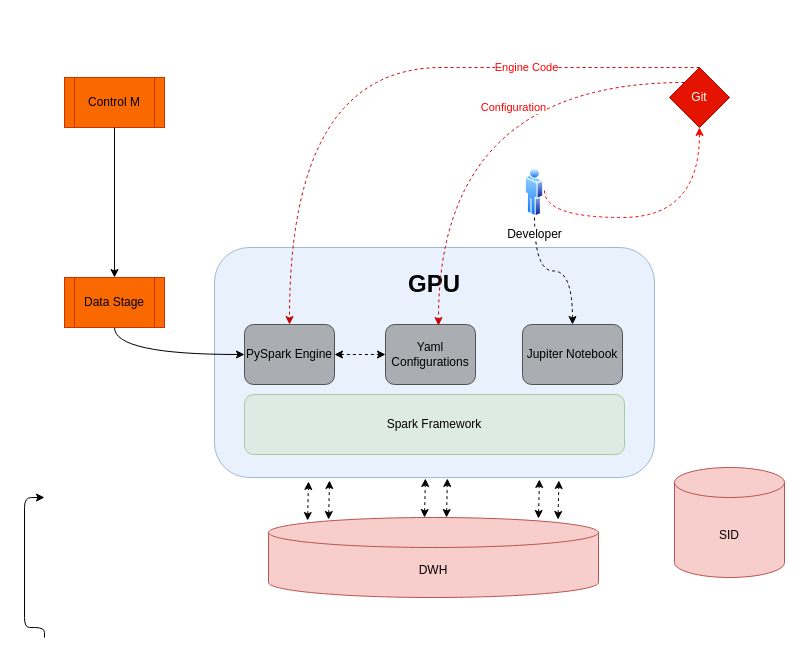
Earlier version of the draw.io diagram page "Spark Compute" (5 of 5) of Spark_Compute.drawio (itaybaran/drawing). Source tidied: cells renumbered, new cells numbered last; positions are measured from the earlier drawing's top-left corner, leaving out a move shared by most shapes. Both pictures are drawn from the tidied source at 100%, with x=0, y=0 at pixel (24, 67).
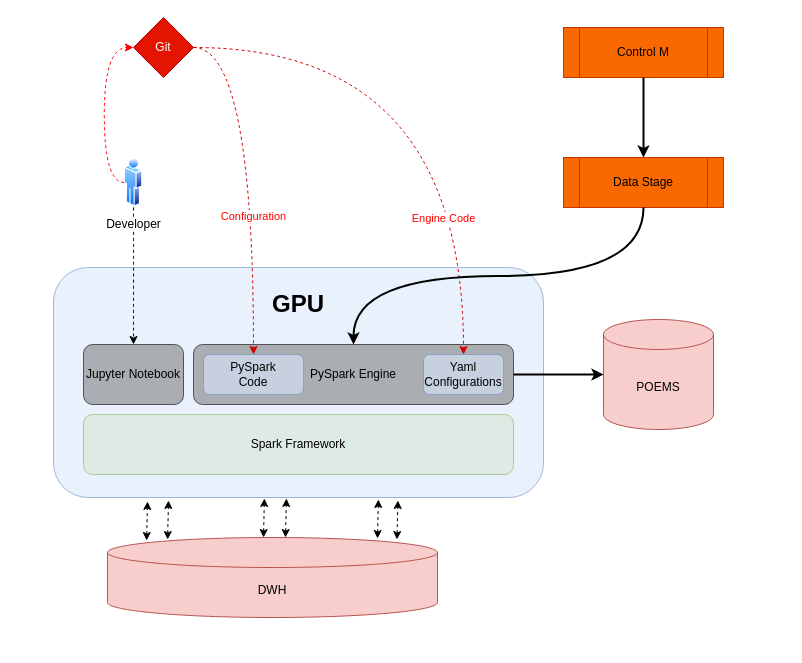
The same diagram, later.

What changed in the source:
```diff
@@
     <mxCell id="2" value="&lt;h1&gt;GPU&lt;/h1&gt;" style="rounded=1;whiteSpace=wrap;html=1;fillColor=#dae8fc;opacity=60;strokeColor=#6c8ebf;verticalAlign=top;" parent="1" vertex="1">
-      <mxGeometry x="190" y="180" width="440" height="230" as="geometry" />
+      <mxGeometry x="29" y="200" width="490" height="230" as="geometry" />
     </mxCell>
     <mxCell id="3" value="DWH" style="shape=cylinder3;whiteSpace=wrap;html=1;boundedLbl=1;backgroundOutline=1;size=15;fillColor=#f8cecc;strokeColor=#b85450;" parent="1" vertex="1">
-      <mxGeometry x="244" y="450" width="330" height="80" as="geometry" />
+      <mxGeometry x="83" y="470" width="330" height="80" as="geometry" />
     </mxCell>
-    <mxCell id="4" style="endArrow=classic;html=1;edgeStyle=orthogonalEdgeStyle;exitX=0.5;exitY=1;exitDx=0;exitDy=0;curved=1;entryX=0;entryY=0.5;entryDx=0;entryDy=0;" parent="1" edge="1" source="12" target="5">
-      <mxGeometry relative="1" as="geometry">
-        <Array as="points">
-          <mxPoint x="90" y="287" />
-        </Array>
-      </mxGeometry>
-    </mxCell>
+    <mxCell id="27" style="edgeStyle=orthogonalEdgeStyle;curved=1;rounded=0;jettySize=auto;html=1;strokeWidth=2;" parent="1" edge="1" source="5" target="11">
+      <mxGeometry relative="1" as="geometry" />
+    </mxCell>
-    <mxCell id="5" value="PySpark Engine" style="rounded=1;whiteSpace=wrap;html=1;fillColor=#808080;opacity=60;" parent="1" vertex="1">
-      <mxGeometry x="220" y="257" width="90" height="60" as="geometry" />
+    <mxCell id="5" value="PySpark Engine" style="rounded=1;whiteSpace=wrap;html=1;fillColor=#808080;opacity=60;align=center;" parent="1" vertex="1">
+      <mxGeometry x="169" y="277" width="320" height="60" as="geometry" />
     </mxCell>
-    <mxCell id="6" value="Jupiter Notebook" style="rounded=1;whiteSpace=wrap;html=1;fillColor=#808080;opacity=60;" parent="1" vertex="1">
-      <mxGeometry x="498" y="257" width="100" height="60" as="geometry" />
+    <mxCell id="6" value="Jupyter&amp;nbsp;Notebook" style="rounded=1;whiteSpace=wrap;html=1;fillColor=#808080;opacity=60;" parent="1" vertex="1">
+      <mxGeometry x="59" y="277" width="100" height="60" as="geometry" />
     </mxCell>
     <mxCell id="7" value="Git" style="rhombus;whiteSpace=wrap;html=1;fillColor=#e51400;strokeColor=#B20000;fontColor=#ffffff;" parent="1" vertex="1">
-      <mxGeometry x="645" width="60" height="60" as="geometry" />
+      <mxGeometry x="109" y="-50" width="60" height="60" as="geometry" />
     </mxCell>
-    <mxCell id="8" value="Engine Code" style="endArrow=classic;html=1;dashed=1;strokeColor=#CC0000;exitX=0.5;exitY=0;exitDx=0;exitDy=0;entryX=0.5;entryY=0;entryDx=0;entryDy=0;edgeStyle=orthogonalEdgeStyle;curved=1;fontColor=#FF0000;" parent="1" edge="1" source="7" target="5">
-      <mxGeometry x="-0.48" relative="1" as="geometry">
-        <Array as="points">
-          <mxPoint x="570" />
-          <mxPoint x="255" />
-        </Array>
-      </mxGeometry>
-    </mxCell>
     <mxCell id="9" value="Control M" style="shape=process;whiteSpace=wrap;html=1;backgroundOutline=1;fillColor=#fa6800;strokeColor=#C73500;fontColor=#000000;" parent="1" vertex="1">
-      <mxGeometry x="40" y="10" width="100" height="50" as="geometry" />
+      <mxGeometry x="539" y="-40" width="160" height="50" as="geometry" />
     </mxCell>
-    <mxCell id="10" style="endArrow=classic;html=1;exitX=0.5;exitY=1;exitDx=0;exitDy=0;entryX=0.5;entryY=0;entryDx=0;entryDy=0;" parent="1" edge="1" source="9" target="12">
+    <mxCell id="10" style="endArrow=classic;html=1;exitX=0.5;exitY=1;exitDx=0;exitDy=0;entryX=0.5;entryY=0;entryDx=0;entryDy=0;strokeWidth=2;" parent="1" edge="1" source="9" target="12">
       <mxGeometry relative="1" as="geometry" />
     </mxCell>
-    <mxCell id="11" value="SID" style="shape=cylinder3;whiteSpace=wrap;html=1;boundedLbl=1;backgroundOutline=1;size=15;fillColor=#f8cecc;strokeColor=#b85450;" parent="1" vertex="1">
-      <mxGeometry x="650" y="400" width="110" height="110" as="geometry" />
+    <mxCell id="11" value="POEMS" style="shape=cylinder3;whiteSpace=wrap;html=1;boundedLbl=1;backgroundOutline=1;size=15;fillColor=#f8cecc;strokeColor=#b85450;" parent="1" vertex="1">
+      <mxGeometry x="579" y="252" width="110" height="110" as="geometry" />
     </mxCell>
     <mxCell id="12" value="Data Stage" style="shape=process;whiteSpace=wrap;html=1;backgroundOutline=1;fillColor=#fa6800;strokeColor=#C73500;fontColor=#000000;" parent="1" vertex="1">
-      <mxGeometry x="40" y="210" width="100" height="50" as="geometry" />
+      <mxGeometry x="539" y="90" width="160" height="50" as="geometry" />
     </mxCell>
-    <mxCell id="13" value="Yaml Configurations" style="rounded=1;whiteSpace=wrap;html=1;fillColor=#808080;opacity=60;" parent="1" vertex="1">
-      <mxGeometry x="361" y="257" width="90" height="60" as="geometry" />
+    <mxCell id="13" value="Yaml Configurations" style="rounded=1;whiteSpace=wrap;html=1;fillColor=#dae8fc;opacity=60;strokeColor=#6c8ebf;" parent="1" vertex="1">
+      <mxGeometry x="399" y="287" width="80" height="40" as="geometry" />
     </mxCell>
@@
+    <mxCell id="28" style="edgeStyle=orthogonalEdgeStyle;curved=1;rounded=0;jettySize=auto;html=1;entryX=0;entryY=0.5;entryDx=0;entryDy=0;fontColor=#000000;strokeWidth=1;strokeColor=#FF0000;dashed=1;exitX=0;exitY=0.5;exitDx=0;exitDy=0;" parent="1" edge="1" source="15" target="7">
+      <mxGeometry relative="1" as="geometry" />
+    </mxCell>
     <mxCell id="15" value="Developer" style="perimeter=ellipsePerimeter;html=1;align=center;shadow=0;dashed=0;spacingTop=3;image;image=img/lib/active_directory/user.svg;" parent="1" vertex="1">
-      <mxGeometry x="500.8" y="100" width="18.5" height="50" as="geometry" />
+      <mxGeometry x="99.8" y="90" width="18.5" height="50" as="geometry" />
     </mxCell>
-    <mxCell id="16" value="Configuration" style="endArrow=classic;html=1;dashed=1;strokeColor=#CC0000;entryX=0.589;entryY=0.017;entryDx=0;entryDy=0;edgeStyle=orthogonalEdgeStyle;curved=1;entryPerimeter=0;exitX=0;exitY=0;exitDx=0;exitDy=0;fontColor=#FF0000;" parent="1" edge="1" source="7" target="13">
-      <mxGeometry x="-0.3" y="25" relative="1" as="geometry" />
+    <mxCell id="16" value="Engine Code" style="endArrow=classic;html=1;dashed=1;strokeColor=#CC0000;entryX=0.5;entryY=0;entryDx=0;entryDy=0;edgeStyle=orthogonalEdgeStyle;curved=1;fontColor=#FF0000;exitX=1;exitY=0.5;exitDx=0;exitDy=0;" parent="1" edge="1" source="7" target="13">
+      <mxGeometry x="0.53" y="-20" relative="1" as="geometry" />
     </mxCell>
     <mxCell id="17" value="Spark Framework" style="rounded=1;whiteSpace=wrap;html=1;fillColor=#d5e8d4;opacity=60;strokeColor=#82b366;" parent="1" vertex="1">
-      <mxGeometry x="220" y="327" width="380" height="60" as="geometry" />
+      <mxGeometry x="59" y="347" width="430" height="60" as="geometry" />
     </mxCell>
-    <mxCell id="18" style="endArrow=classic;html=1;edgeStyle=orthogonalEdgeStyle;" parent="1" edge="1">
-      <mxGeometry relative="1" as="geometry">
-        <mxPoint x="20" y="570" as="sourcePoint" />
-        <mxPoint x="20" y="430" as="targetPoint" />
-        <Array as="points">
-          <mxPoint y="560" />
-          <mxPoint y="430" />
-        </Array>
-      </mxGeometry>
+    <mxCell id="18" style="endArrow=classic;html=1;edgeStyle=orthogonalEdgeStyle;exitX=0.5;exitY=1;exitDx=0;exitDy=0;curved=1;strokeWidth=2;" parent="1" edge="1" source="12" target="5">
+      <mxGeometry relative="1" as="geometry" />
     </mxCell>
     <mxCell id="19" style="endArrow=classic;startArrow=classic;html=1;dashed=1;fontColor=#FF0000;exitX=0.27;exitY=-0.012;exitDx=0;exitDy=0;exitPerimeter=0;" parent="1" edge="1">
       <mxGeometry relative="1" as="geometry">
-        <mxPoint x="283.1" y="453" as="sourcePoint" />
-        <mxPoint x="284" y="414" as="targetPoint" />
+        <mxPoint x="122.1" y="473" as="sourcePoint" />
+        <mxPoint x="123" y="434" as="targetPoint" />
       </mxGeometry>
     </mxCell>
     <mxCell id="20" style="endArrow=classic;startArrow=classic;html=1;dashed=1;fontColor=#FF0000;exitX=0.27;exitY=-0.012;exitDx=0;exitDy=0;exitPerimeter=0;" parent="1" edge="1">
       <mxGeometry relative="1" as="geometry">
-        <mxPoint x="304.1" y="452" as="sourcePoint" />
-        <mxPoint x="305" y="413" as="targetPoint" />
+        <mxPoint x="143.1" y="472" as="sourcePoint" />
+        <mxPoint x="144" y="433" as="targetPoint" />
       </mxGeometry>
     </mxCell>
     <mxCell id="21" style="endArrow=classic;startArrow=classic;html=1;dashed=1;fontColor=#FF0000;exitX=0.27;exitY=-0.012;exitDx=0;exitDy=0;exitPerimeter=0;" parent="1" edge="1">
       <mxGeometry relative="1" as="geometry">
-        <mxPoint x="400" y="450" as="sourcePoint" />
-        <mxPoint x="400.9" y="411" as="targetPoint" />
+        <mxPoint x="239" y="470" as="sourcePoint" />
+        <mxPoint x="239.9" y="431" as="targetPoint" />
       </mxGeometry>
     </mxCell>
     <mxCell id="22" style="endArrow=classic;startArrow=classic;html=1;dashed=1;fontColor=#FF0000;exitX=0.27;exitY=-0.012;exitDx=0;exitDy=0;exitPerimeter=0;" parent="1" edge="1">
       <mxGeometry relative="1" as="geometry">
-        <mxPoint x="422" y="450" as="sourcePoint" />
-        <mxPoint x="422.9" y="411" as="targetPoint" />
+        <mxPoint x="261" y="470" as="sourcePoint" />
+        <mxPoint x="261.9" y="431" as="targetPoint" />
       </mxGeometry>
     </mxCell>
     <mxCell id="23" style="endArrow=classic;startArrow=classic;html=1;dashed=1;fontColor=#FF0000;exitX=0.27;exitY=-0.012;exitDx=0;exitDy=0;exitPerimeter=0;" parent="1" edge="1">
       <mxGeometry relative="1" as="geometry">
-        <mxPoint x="514" y="451" as="sourcePoint" />
-        <mxPoint x="514.9" y="412" as="targetPoint" />
+        <mxPoint x="353" y="471" as="sourcePoint" />
+        <mxPoint x="353.9" y="432" as="targetPoint" />
       </mxGeometry>
     </mxCell>
     <mxCell id="24" style="endArrow=classic;startArrow=classic;html=1;dashed=1;fontColor=#FF0000;exitX=0.27;exitY=-0.012;exitDx=0;exitDy=0;exitPerimeter=0;" parent="1" edge="1">
       <mxGeometry relative="1" as="geometry">
-        <mxPoint x="533.5" y="452" as="sourcePoint" />
-        <mxPoint x="534.4" y="413" as="targetPoint" />
+        <mxPoint x="372.5" y="472" as="sourcePoint" />
+        <mxPoint x="373.4" y="433" as="targetPoint" />
       </mxGeometry>
     </mxCell>
-    <mxCell id="25" style="endArrow=classic;html=1;edgeStyle=orthogonalEdgeStyle;exitX=0.5;exitY=1;exitDx=0;exitDy=0;curved=1;entryX=0.5;entryY=1;entryDx=0;entryDy=0;fontColor=#FF0000;dashed=1;strokeColor=#FF0000;" parent="1" edge="1" target="7">
-      <mxGeometry relative="1" as="geometry">
-        <mxPoint x="520" y="123" as="sourcePoint" />
-        <Array as="points">
-          <mxPoint x="520" y="150" />
-          <mxPoint x="675" y="150" />
-        </Array>
-      </mxGeometry>
-    </mxCell>
-    <mxCell id="26" style="endArrow=classic;startArrow=classic;html=1;dashed=1;fontColor=#FF0000;exitX=1;exitY=0.5;exitDx=0;exitDy=0;entryX=0;entryY=0.5;entryDx=0;entryDy=0;" parent="1" edge="1" source="5" target="13">
-      <mxGeometry relative="1" as="geometry" />
-    </mxCell>
+    <mxCell id="29" value="Configuration" style="endArrow=classic;html=1;dashed=1;strokeColor=#CC0000;edgeStyle=orthogonalEdgeStyle;curved=1;exitX=1;exitY=0.5;exitDx=0;exitDy=0;fontColor=#FF0000;" parent="1" edge="1" source="7" target="30">
+      <mxGeometry x="0.25" relative="1" as="geometry" />
+    </mxCell>
+    <mxCell id="30" value="PySpark&lt;br&gt;Code" style="rounded=1;whiteSpace=wrap;html=1;fillColor=#dae8fc;opacity=60;strokeColor=#6c8ebf;" parent="1" vertex="1">
+      <mxGeometry x="179" y="287" width="100" height="40" as="geometry" />
+    </mxCell>
```
